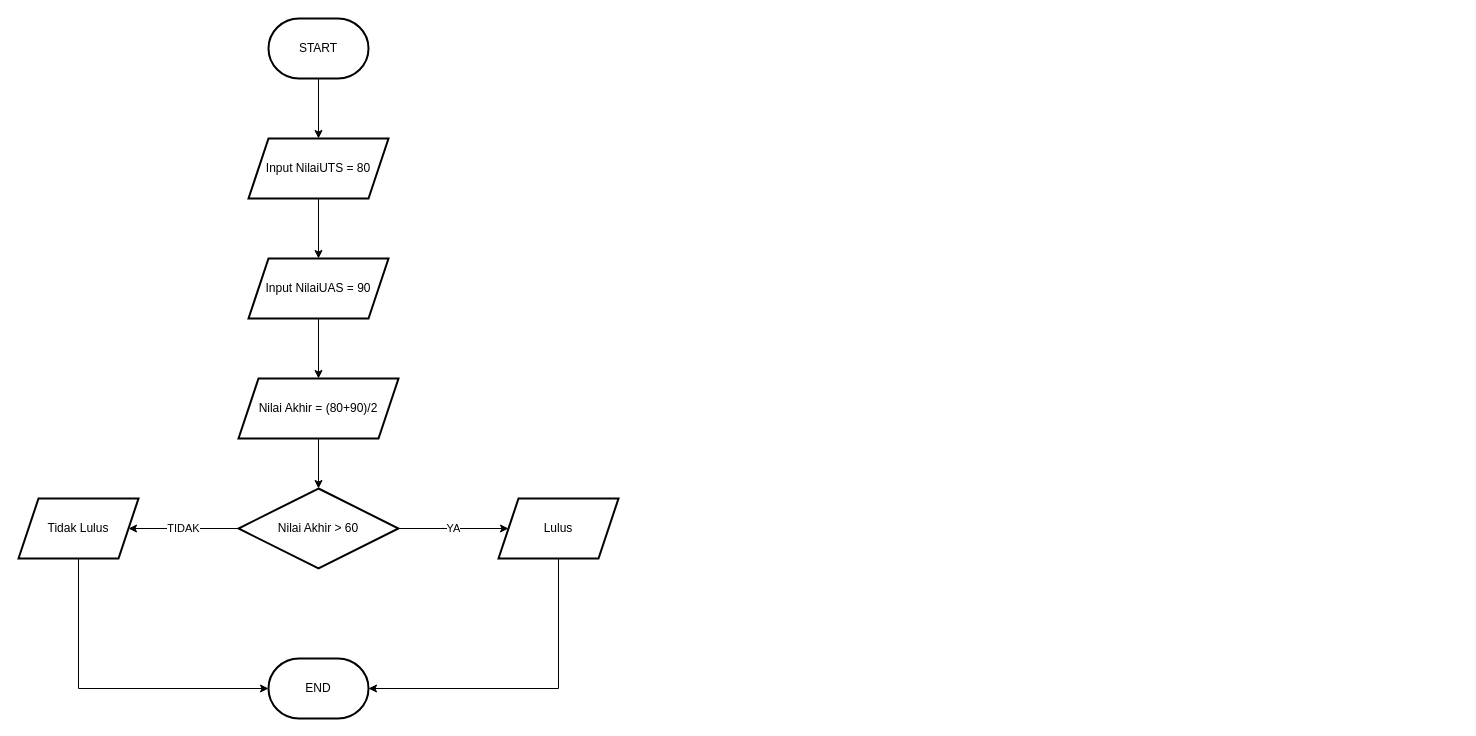
Vanvill027/Algo_B_23241075_2 keeps this draw.io diagram as Nilai Akhir UAS.drawio. Above is the earlier version. Source tidied: cells renumbered, new cells numbered last; positions are measured from the earlier drawing's top-left corner, leaving out a move shared by most shapes. Both pictures are drawn from the tidied source at 100%, with x=0, y=0 at pixel (18, 18).
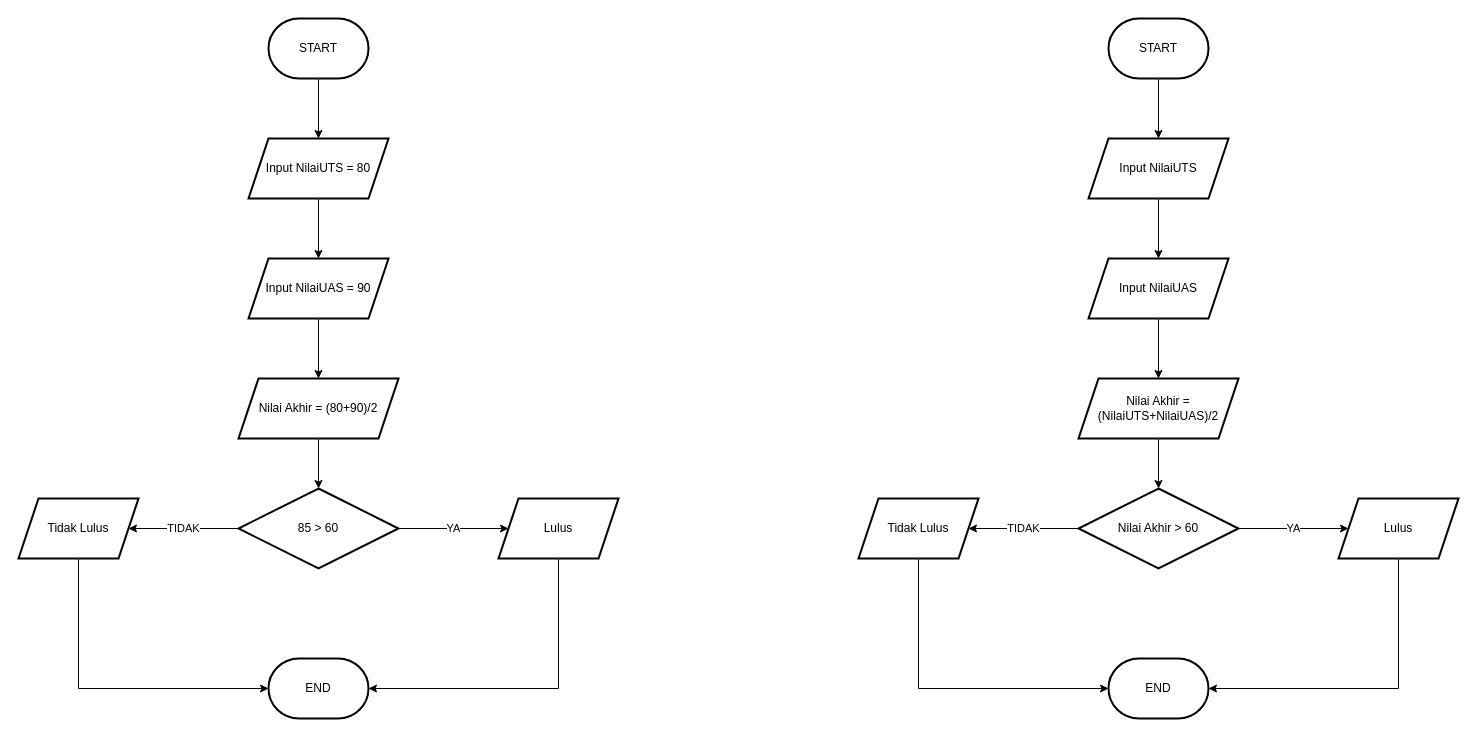
The same diagram, later.

What changed in the source:
```diff
@@
-    <mxCell id="12" value="Nilai Akhir &amp;gt; 60" style="rhombus;whiteSpace=wrap;html=1;strokeWidth=2;" parent="1" vertex="1">
+    <mxCell id="12" value="85 &amp;gt; 60" style="rhombus;whiteSpace=wrap;html=1;strokeWidth=2;" parent="1" vertex="1">
       <mxGeometry x="220" y="470" width="160" height="80" as="geometry" />
     </mxCell>
@@
+    <mxCell id="18" style="edgeStyle=orthogonalEdgeStyle;rounded=0;jettySize=auto;html=1;" parent="1" edge="1" source="19" target="21">
+      <mxGeometry relative="1" as="geometry" />
+    </mxCell>
+    <mxCell id="19" value="START" style="strokeWidth=2;html=1;shape=mxgraph.flowchart.terminator;whiteSpace=wrap;" parent="1" vertex="1">
+      <mxGeometry x="1090" width="100" height="60" as="geometry" />
+    </mxCell>
+    <mxCell id="20" style="edgeStyle=orthogonalEdgeStyle;rounded=0;jettySize=auto;html=1;" parent="1" edge="1" source="21" target="23">
+      <mxGeometry relative="1" as="geometry" />
+    </mxCell>
+    <mxCell id="21" value="Input NilaiUTS" style="shape=parallelogram;perimeter=parallelogramPerimeter;whiteSpace=wrap;html=1;fixedSize=1;strokeWidth=2;" parent="1" vertex="1">
+      <mxGeometry x="1070" y="120" width="140" height="60" as="geometry" />
+    </mxCell>
+    <mxCell id="22" style="edgeStyle=orthogonalEdgeStyle;rounded=0;jettySize=auto;html=1;" parent="1" edge="1" source="23" target="25">
+      <mxGeometry relative="1" as="geometry" />
+    </mxCell>
+    <mxCell id="23" value="Input NilaiUAS" style="shape=parallelogram;perimeter=parallelogramPerimeter;whiteSpace=wrap;html=1;fixedSize=1;strokeWidth=2;" parent="1" vertex="1">
+      <mxGeometry x="1070" y="240" width="140" height="60" as="geometry" />
+    </mxCell>
+    <mxCell id="24" style="edgeStyle=orthogonalEdgeStyle;rounded=0;jettySize=auto;html=1;" parent="1" edge="1" source="25" target="28">
+      <mxGeometry relative="1" as="geometry" />
+    </mxCell>
+    <mxCell id="25" value="Nilai Akhir = (NilaiUTS+NilaiUAS)/2" style="shape=parallelogram;perimeter=parallelogramPerimeter;whiteSpace=wrap;html=1;fixedSize=1;strokeWidth=2;" parent="1" vertex="1">
+      <mxGeometry x="1060" y="360" width="160" height="60" as="geometry" />
+    </mxCell>
+    <mxCell id="26" value="TIDAK" style="edgeStyle=orthogonalEdgeStyle;rounded=0;jettySize=auto;html=1;" parent="1" edge="1" source="28" target="29">
+      <mxGeometry relative="1" as="geometry" />
+    </mxCell>
+    <mxCell id="27" value="YA" style="edgeStyle=orthogonalEdgeStyle;rounded=0;jettySize=auto;html=1;" parent="1" edge="1" source="28" target="30">
+      <mxGeometry relative="1" as="geometry" />
+    </mxCell>
+    <mxCell id="28" value="Nilai Akhir &amp;gt; 60" style="rhombus;whiteSpace=wrap;html=1;strokeWidth=2;" parent="1" vertex="1">
+      <mxGeometry x="1060" y="470" width="160" height="80" as="geometry" />
+    </mxCell>
+    <mxCell id="29" value="Tidak Lulus" style="shape=parallelogram;perimeter=parallelogramPerimeter;whiteSpace=wrap;html=1;fixedSize=1;strokeWidth=2;" parent="1" vertex="1">
+      <mxGeometry x="840" y="480" width="120" height="60" as="geometry" />
+    </mxCell>
+    <mxCell id="30" value="Lulus" style="shape=parallelogram;perimeter=parallelogramPerimeter;whiteSpace=wrap;html=1;fixedSize=1;strokeWidth=2;" parent="1" vertex="1">
+      <mxGeometry x="1320" y="480" width="120" height="60" as="geometry" />
+    </mxCell>
+    <mxCell id="31" value="END" style="strokeWidth=2;html=1;shape=mxgraph.flowchart.terminator;whiteSpace=wrap;" parent="1" vertex="1">
+      <mxGeometry x="1090" y="640" width="100" height="60" as="geometry" />
+    </mxCell>
+    <mxCell id="32" style="edgeStyle=orthogonalEdgeStyle;rounded=0;jettySize=auto;html=1;exitX=0.5;exitY=1;exitDx=0;exitDy=0;entryX=0;entryY=0.5;entryDx=0;entryDy=0;entryPerimeter=0;" parent="1" edge="1" source="29" target="31">
+      <mxGeometry relative="1" as="geometry" />
+    </mxCell>
+    <mxCell id="33" style="edgeStyle=orthogonalEdgeStyle;rounded=0;jettySize=auto;html=1;exitX=0.5;exitY=1;exitDx=0;exitDy=0;entryX=1;entryY=0.5;entryDx=0;entryDy=0;entryPerimeter=0;" parent="1" edge="1" source="30" target="31">
+      <mxGeometry relative="1" as="geometry" />
+    </mxCell>
```
